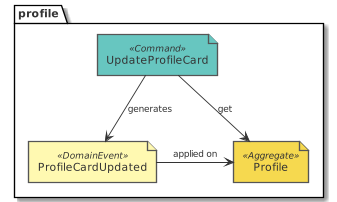
Before: paper/design_profile_eventstorming_update_profile_card.png, a diagram exported from PlantUML (tmorin/dorders).
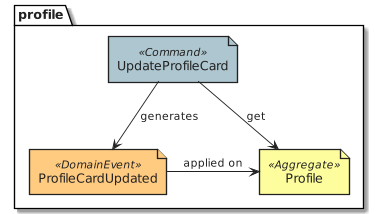
After the commit.

The edit, as a diff of the source:
```diff
@@ -1,10 +1,9 @@
 @startuml design_profile_eventstorming_update_profile_card
-!include common.puml
-!include ../.gdiag/plantuml-libs/eventstorming/eventstorming-all.puml
+!include common.eventstorming.puml
 package profile {
-  command('UpdateProfileCard')
-  domain_event('ProfileCardUpdated')
-  aggregate('Profile')
+  Command('UpdateProfileCard')
+  DomainEvent('ProfileCardUpdated')
+  Aggregate('Profile')
 }
 UpdateProfileCard --> ProfileCardUpdated : generates
 UpdateProfileCard --> Profile : get
```
